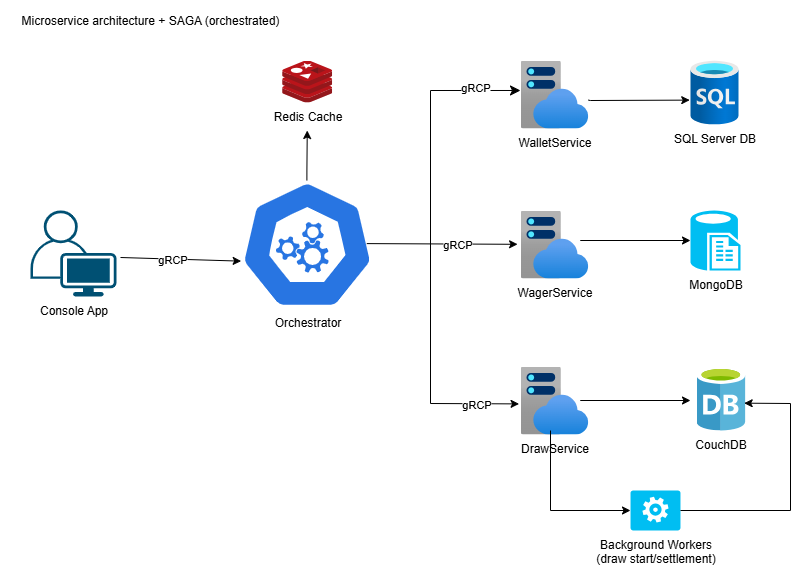
The draw.io diagram assets/Microservice_Architecture.png in itplamen/LotteryGame, before a commit. Source tidied: cells renumbered, new cells last; positions are measured from the earlier drawing's top-left corner, leaving out a move shared by most shapes.
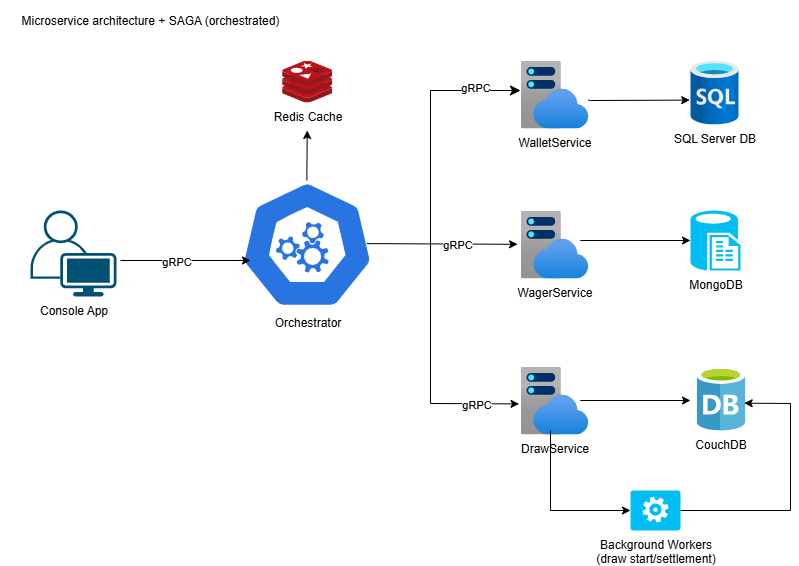
The same diagram one commit later.

Commit message:
Added architecture asset

The edit, as a diff of the source:
```diff
@@ -38,7 +38,7 @@
     <mxCell id="12" style="endArrow=classic;html=1;rounded=0;entryX=-0.043;entryY=0.497;entryDx=0;entryDy=0;entryPerimeter=0;exitX=0.947;exitY=0.493;exitDx=0;exitDy=0;exitPerimeter=0;" parent="1" edge="1" source="11" target="4">
       <mxGeometry relative="1" as="geometry" />
     </mxCell>
-    <mxCell id="13" value="gRCP" style="edgeLabel;html=1;align=center;verticalAlign=middle;" parent="12" vertex="1">
+    <mxCell id="13" value="gRPC" style="edgeLabel;html=1;align=center;verticalAlign=middle;" parent="12" vertex="1">
       <mxGeometry x="0.19" relative="1" as="geometry" />
     </mxCell>
     <mxCell id="14" style="endArrow=classic;html=1;rounded=0;entryX=-0.021;entryY=0.55;entryDx=0;entryDy=0;entryPerimeter=0;" parent="1" edge="1" target="5">
@@ -49,7 +49,7 @@
         </Array>
       </mxGeometry>
     </mxCell>
-    <mxCell id="15" value="gRCP" style="edgeLabel;html=1;align=center;verticalAlign=middle;" parent="14" vertex="1">
+    <mxCell id="15" value="gRPC" style="edgeLabel;html=1;align=center;verticalAlign=middle;" parent="14" vertex="1">
       <mxGeometry x="0.66" relative="1" as="geometry" />
     </mxCell>
     <mxCell id="16" style="edgeStyle=segmentEdgeStyle;endArrow=classic;html=1;curved=0;rounded=0;endSize=8;startSize=8;entryX=0;entryY=0.441;entryDx=0;entryDy=0;entryPerimeter=0;" parent="1" edge="1" target="3">
@@ -60,7 +60,7 @@
         </Array>
       </mxGeometry>
     </mxCell>
-    <mxCell id="17" value="gRCP" style="edgeLabel;html=1;align=center;verticalAlign=middle;" parent="16" vertex="1">
+    <mxCell id="17" value="gRPC" style="edgeLabel;html=1;align=center;verticalAlign=middle;" parent="16" vertex="1">
       <mxGeometry x="0.64" y="3" relative="1" as="geometry" />
     </mxCell>
     <mxCell id="18" style="endArrow=classic;html=1;rounded=0;entryX=0;entryY=0.5;entryDx=0;entryDy=0;entryPerimeter=0;" parent="1" edge="1" target="9">
@@ -108,12 +108,12 @@
     <mxCell id="23" value="Console App" style="verticalLabelPosition=bottom;sketch=0;html=1;verticalAlign=top;align=center;shape=mxgraph.cisco19.user;fillColor=#005073;strokeColor=none;" parent="1" vertex="1">
       <mxGeometry x="30" y="210" width="86" height="86" as="geometry" />
     </mxCell>
-    <mxCell id="24" style="endArrow=classic;html=1;rounded=0;entryX=0.005;entryY=0.63;entryDx=0;entryDy=0;entryPerimeter=0;" parent="1" edge="1" target="11">
+    <mxCell id="24" style="endArrow=classic;html=1;rounded=0;entryX=0.075;entryY=0.625;entryDx=0;entryDy=0;entryPerimeter=0;" parent="1" edge="1" target="11">
       <mxGeometry relative="1" as="geometry">
-        <mxPoint x="120" y="257" as="sourcePoint" />
+        <mxPoint x="120" y="260" as="sourcePoint" />
       </mxGeometry>
     </mxCell>
-    <mxCell id="25" value="gRCP" style="edgeLabel;html=1;align=center;verticalAlign=middle;" parent="24" vertex="1">
+    <mxCell id="25" value="gRPC" style="edgeLabel;html=1;align=center;verticalAlign=middle;" parent="24" vertex="1">
       <mxGeometry x="-0.15" relative="1" as="geometry" />
     </mxCell>
     <mxCell id="26" value="Microservice architecture + SAGA (orchestrated)" style="text;html=1;align=center;verticalAlign=middle;whiteSpace=wrap;rounded=0;" parent="1" vertex="1">
```
